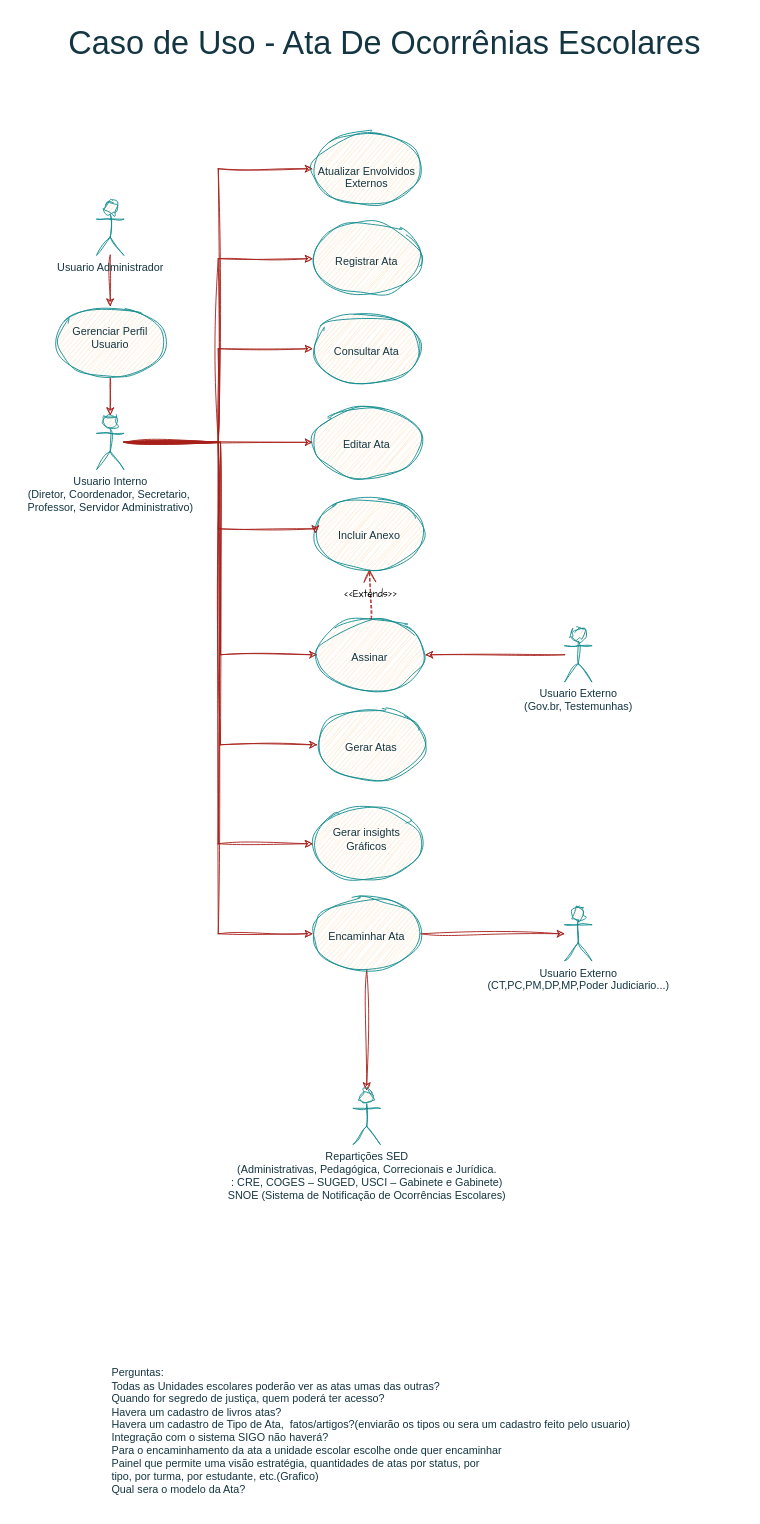
Regis-Dias/Ata_Digital keeps this draw.io diagram as Ata.drawio. Above is the earlier version. Source tidied: cells renumbered, new cells numbered last; positions are measured from the earlier drawing's top-left corner, leaving out a move shared by most shapes. Both pictures are drawn from the tidied source at 90%, with x=0, y=0 at pixel (15, 15).
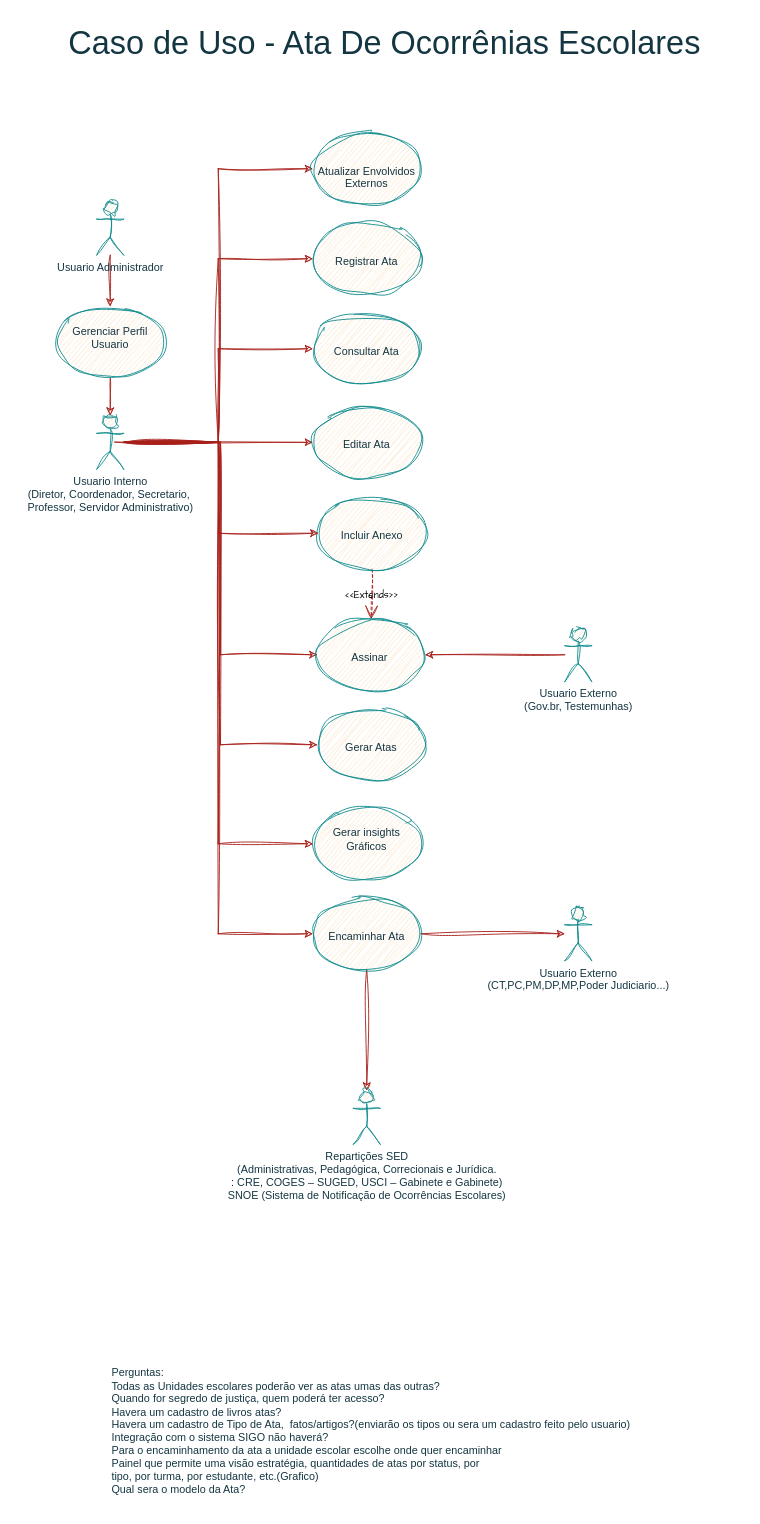
Above is the later version.

Commit message:
Actualizar Ata 03.drawio

The change refers to these unchanged cells:
```xml
<mxCell id="20" value="&lt;div&gt;&lt;br&gt;&lt;/div&gt;&lt;div&gt;&lt;br&gt;&lt;/div&gt;Assinar&amp;nbsp;&lt;div&gt;&lt;/div&gt;&lt;div&gt;&lt;/div&gt;" style="ellipse;whiteSpace=wrap;html=1;strokeColor=#0F8B8D;align=center;verticalAlign=top;fontFamily=Helvetica;fontSize=12;fontColor=#143642;fillColor=#FAE5C7;labelBackgroundColor=none;sketch=1;curveFitting=1;jiggle=2;" parent="1" vertex="1">
  <mxGeometry x="335" y="670" width="120" height="80" as="geometry" />
</mxCell>
```

What changed in the source:
```diff
@@
-    <mxCell id="31" value="&amp;lt;&amp;lt;Extends&amp;gt;&amp;gt;" style="endArrow=open;endSize=12;dashed=1;html=1;rounded=0;hachureGap=4;fontFamily=Architects Daughter;exitX=0.5;exitY=0;exitDx=0;exitDy=0;entryX=0.5;entryY=1;entryDx=0;entryDy=0;labelBackgroundColor=none;strokeColor=#A8201A;fontColor=default;sketch=1;curveFitting=1;jiggle=2;" parent="1" edge="1" source="20" target="32">
+    <mxCell id="31" value="&amp;lt;&amp;lt;Extends&amp;gt;&amp;gt;" style="endArrow=open;endSize=12;dashed=1;html=1;rounded=0;hachureGap=4;fontFamily=Architects Daughter;entryX=0.5;entryY=0;entryDx=0;entryDy=0;labelBackgroundColor=none;strokeColor=#A8201A;fontColor=default;sketch=1;curveFitting=1;jiggle=2;exitX=0.5;exitY=1;exitDx=0;exitDy=0;" parent="1" edge="1" source="32" target="20">
       <mxGeometry relative="1" as="geometry" />
     </mxCell>
     <mxCell id="32" value="&lt;div&gt;&lt;br&gt;&lt;/div&gt;&lt;div&gt;&lt;br&gt;&lt;/div&gt;Incluir Anexo&lt;div&gt;&lt;/div&gt;&lt;div&gt;&lt;/div&gt;&lt;div&gt;&lt;/div&gt;" style="ellipse;whiteSpace=wrap;html=1;strokeColor=#0F8B8D;align=center;verticalAlign=top;fontFamily=Helvetica;fontSize=12;fontColor=#143642;fillColor=#FAE5C7;labelBackgroundColor=none;sketch=1;curveFitting=1;jiggle=2;" parent="1" vertex="1">
-      <mxGeometry x="333" y="535" width="120" height="80" as="geometry" />
+      <mxGeometry x="336" y="535" width="120" height="80" as="geometry" />
     </mxCell>
     <mxCell id="33" style="edgeStyle=orthogonalEdgeStyle;rounded=0;jettySize=auto;html=1;fontFamily=Helvetica;fontSize=12;fontColor=default;labelBackgroundColor=none;strokeColor=#A8201A;sketch=1;curveFitting=1;jiggle=2;entryX=0;entryY=0.5;entryDx=0;entryDy=0;" parent="1" edge="1" target="32">
       <mxGeometry relative="1" as="geometry">
-        <mxPoint x="125" y="473.7" as="sourcePoint" />
+        <mxPoint x="110" y="473.7" as="sourcePoint" />
         <Array as="points">
-          <mxPoint x="225" y="474" />
-          <mxPoint x="225" y="570" />
+          <mxPoint x="226" y="474" />
+          <mxPoint x="226" y="575" />
         </Array>
       </mxGeometry>
     </mxCell>
```
